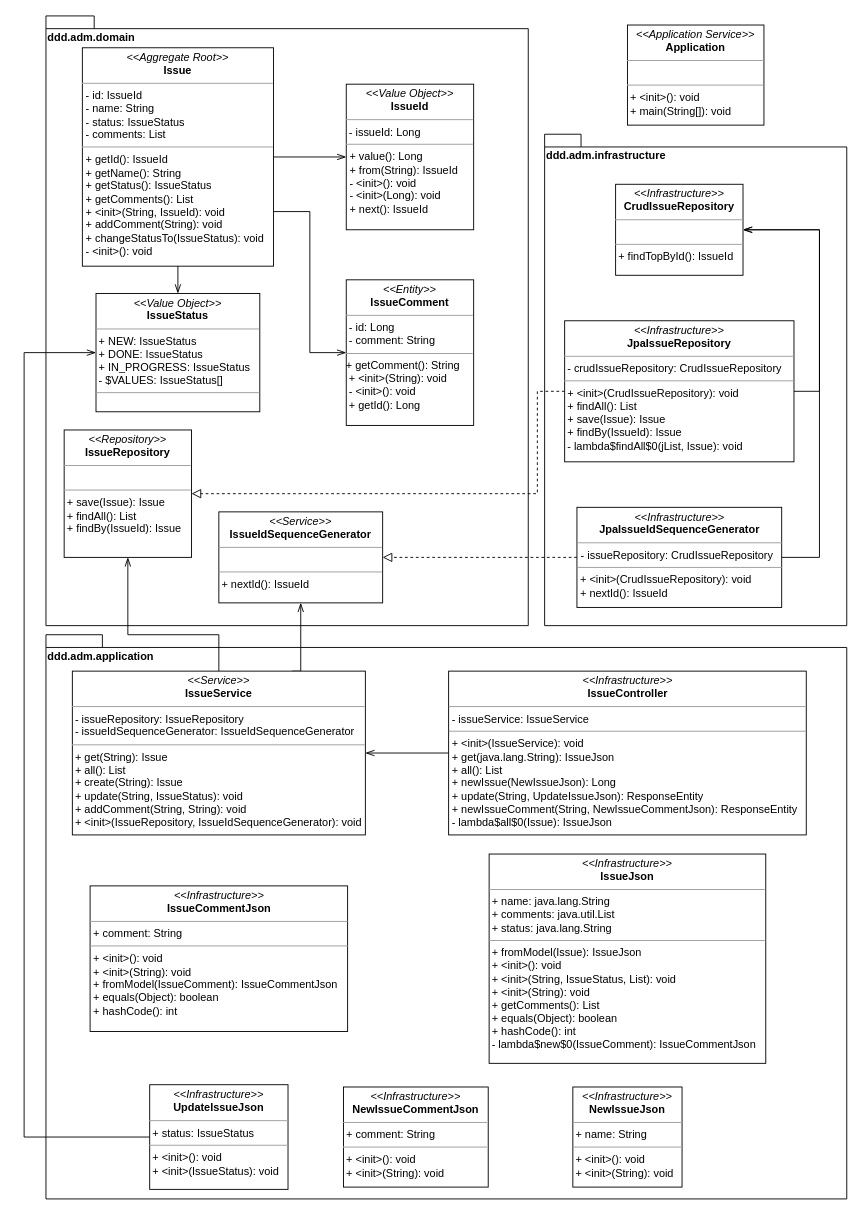
Above: page "old" (1 of 7) of gfx/example/ddd/raw/uml-ddd.drawio in DanielKraft/bachelor-thesis (draw.io), before the change. Source tidied: cells renumbered, new cells numbered last; positions are measured from the earlier drawing's top-left corner, leaving out a move shared by most shapes. Both pictures are drawn from the tidied source at 91%, with x=0, y=0 at pixel (24, 15).
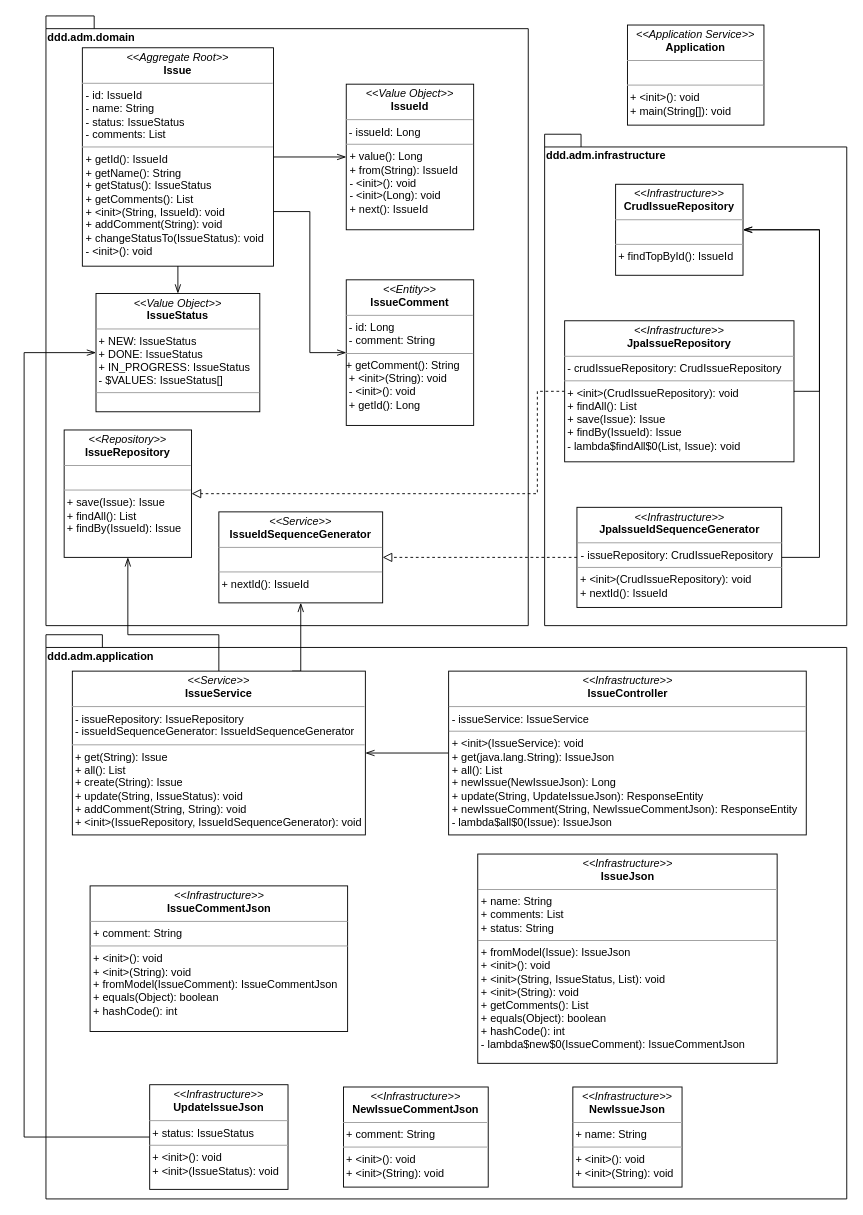
The same page after the edit.

The edit, as a diff of the source:
```diff
@@
-    <mxCell id="19" value="&lt;p style=&quot;margin: 0px ; margin-top: 4px ; text-align: center&quot;&gt;&lt;i&gt;&amp;lt;&amp;lt;Infrastructure&amp;gt;&amp;gt;&lt;/i&gt;&lt;br&gt;&lt;b&gt;JpaIssueRepository&lt;/b&gt;&lt;/p&gt;&lt;hr size=&quot;1&quot;&gt;&lt;div&gt;&amp;nbsp;- crudIssueRepository: CrudIssueRepository&lt;/div&gt;&lt;hr size=&quot;1&quot;&gt;&lt;div&gt;&amp;nbsp;+ &amp;lt;init&amp;gt;(CrudIssueRepository): void&lt;/div&gt;&lt;div&gt;&amp;nbsp;+ findAll(): List&lt;/div&gt;&lt;div&gt;&amp;nbsp;+ save(Issue): Issue&lt;/div&gt;&lt;div&gt;&amp;nbsp;+ findBy(IssueId): Issue&lt;/div&gt;&lt;div&gt;&amp;nbsp;- lambda$findAll$0(jList, Issue): void&lt;br&gt;&lt;/div&gt;" style="verticalAlign=top;align=left;overflow=fill;fontSize=12;fontFamily=Helvetica;html=1;" parent="1" vertex="1">
+    <mxCell id="19" value="&lt;p style=&quot;margin: 0px ; margin-top: 4px ; text-align: center&quot;&gt;&lt;i&gt;&amp;lt;&amp;lt;Infrastructure&amp;gt;&amp;gt;&lt;/i&gt;&lt;br&gt;&lt;b&gt;JpaIssueRepository&lt;/b&gt;&lt;/p&gt;&lt;hr size=&quot;1&quot;&gt;&lt;div&gt;&amp;nbsp;- crudIssueRepository: CrudIssueRepository&lt;/div&gt;&lt;hr size=&quot;1&quot;&gt;&lt;div&gt;&amp;nbsp;+ &amp;lt;init&amp;gt;(CrudIssueRepository): void&lt;/div&gt;&lt;div&gt;&amp;nbsp;+ findAll(): List&lt;/div&gt;&lt;div&gt;&amp;nbsp;+ save(Issue): Issue&lt;/div&gt;&lt;div&gt;&amp;nbsp;+ findBy(IssueId): Issue&lt;/div&gt;&lt;div&gt;&amp;nbsp;- lambda$findAll$0(List, Issue): void&lt;br&gt;&lt;/div&gt;" style="verticalAlign=top;align=left;overflow=fill;fontSize=12;fontFamily=Helvetica;html=1;" parent="1" vertex="1">
       <mxGeometry x="594" y="335" width="252" height="155" as="geometry" />
     </mxCell>
@@
-    <mxCell id="31" value="&lt;p style=&quot;margin: 0px ; margin-top: 4px ; text-align: center&quot;&gt;&lt;i&gt;&amp;lt;&amp;lt;&lt;/i&gt;&lt;i&gt;&lt;i&gt;Infrastructure&lt;/i&gt;&amp;gt;&amp;gt;&lt;/i&gt;&lt;br&gt;&lt;b&gt;IssueJson&lt;/b&gt;&lt;/p&gt;&lt;hr size=&quot;1&quot;&gt;&lt;div&gt;&amp;nbsp;+ name: java.lang.String&lt;/div&gt;&lt;div&gt;&amp;nbsp;+ comments: java.util.List&lt;/div&gt;&lt;div&gt;&amp;nbsp;+ status: java.lang.String&lt;/div&gt;&lt;hr size=&quot;1&quot;&gt;&lt;div&gt;&amp;nbsp;+ fromModel(Issue): IssueJson&lt;/div&gt;&lt;div&gt;&amp;nbsp;+ &amp;lt;init&amp;gt;(): void&lt;/div&gt;&lt;div&gt;&amp;nbsp;+ &amp;lt;init&amp;gt;(String, IssueStatus, List): void&lt;/div&gt;&lt;div&gt;&amp;nbsp;+ &amp;lt;init&amp;gt;(String): void&lt;/div&gt;&lt;div&gt;&amp;nbsp;+ getComments(): List&lt;/div&gt;&lt;div&gt;&amp;nbsp;+ equals(Object): boolean&lt;/div&gt;&lt;div&gt;&amp;nbsp;+ hashCode(): int&lt;/div&gt;&lt;div&gt;&amp;nbsp;- lambda$new$0(IssueComment): IssueCommentJson&lt;/div&gt;" style="verticalAlign=top;align=left;overflow=fill;fontSize=12;fontFamily=Helvetica;html=1;" parent="1" vertex="1">
-      <mxGeometry x="511" y="921" width="304" height="230" as="geometry" />
+    <mxCell id="31" value="&lt;p style=&quot;margin: 0px ; margin-top: 4px ; text-align: center&quot;&gt;&lt;i&gt;&amp;lt;&amp;lt;&lt;/i&gt;&lt;i&gt;&lt;i&gt;Infrastructure&lt;/i&gt;&amp;gt;&amp;gt;&lt;/i&gt;&lt;br&gt;&lt;b&gt;IssueJson&lt;/b&gt;&lt;/p&gt;&lt;hr size=&quot;1&quot;&gt;&lt;div&gt;&amp;nbsp;+ name: String&lt;/div&gt;&lt;div&gt;&amp;nbsp;+ comments: List&lt;/div&gt;&lt;div&gt;&amp;nbsp;+ status: String&lt;/div&gt;&lt;hr size=&quot;1&quot;&gt;&lt;div&gt;&amp;nbsp;+ fromModel(Issue): IssueJson&lt;/div&gt;&lt;div&gt;&amp;nbsp;+ &amp;lt;init&amp;gt;(): void&lt;/div&gt;&lt;div&gt;&amp;nbsp;+ &amp;lt;init&amp;gt;(String, IssueStatus, List): void&lt;/div&gt;&lt;div&gt;&amp;nbsp;+ &amp;lt;init&amp;gt;(String): void&lt;/div&gt;&lt;div&gt;&amp;nbsp;+ getComments(): List&lt;/div&gt;&lt;div&gt;&amp;nbsp;+ equals(Object): boolean&lt;/div&gt;&lt;div&gt;&amp;nbsp;+ hashCode(): int&lt;/div&gt;&lt;div&gt;&amp;nbsp;- lambda$new$0(IssueComment): IssueCommentJson&lt;/div&gt;" style="verticalAlign=top;align=left;overflow=fill;fontSize=12;fontFamily=Helvetica;html=1;" parent="1" vertex="1">
+      <mxGeometry x="498.5" y="921" width="329" height="230" as="geometry" />
     </mxCell>
```
